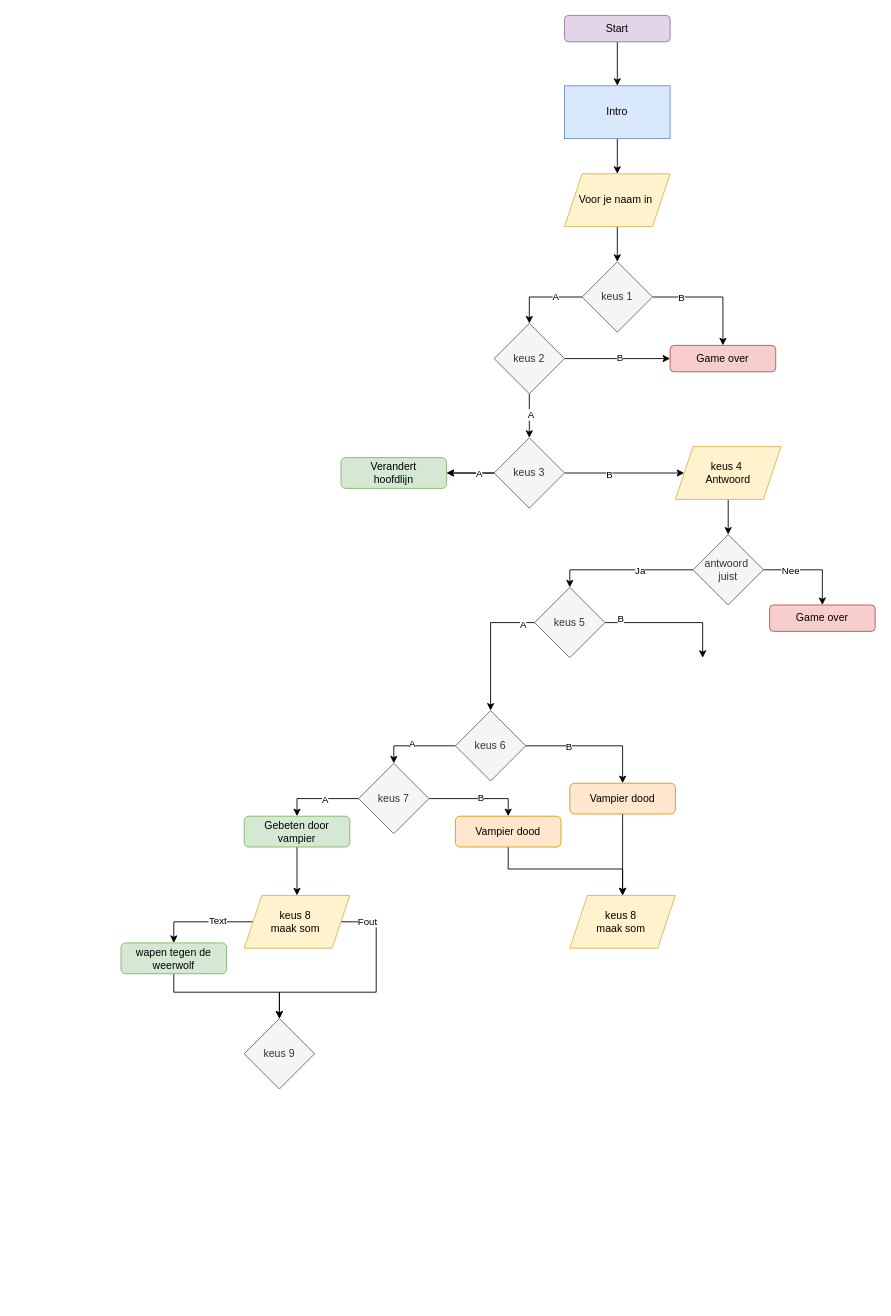
This is module_3/proef_3/week 9.drawio from RuoFeng207/leren_programmeren, a draw.io file, before an edit. Source tidied: cells renumbered, new cells numbered last; positions are measured from the earlier drawing's top-left corner, leaving out a move shared by most shapes. Both pictures are drawn from the tidied source at 88%, with x=0, y=0 at pixel (121, 15).
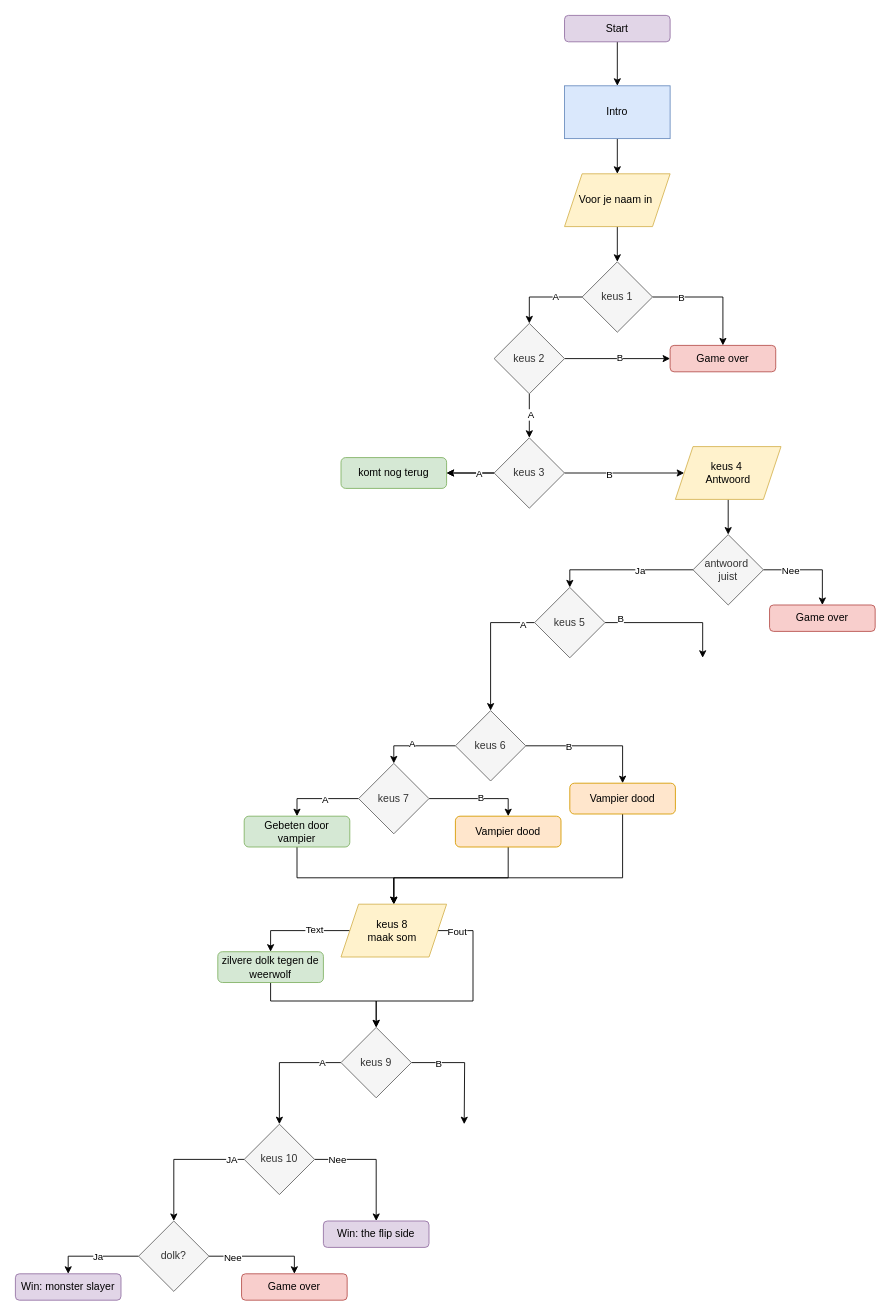
After the change.

Unchanged cells that the change refers to:
```xml
<mxCell id="50" value="Vampier dood" style="rounded=1;whiteSpace=wrap;html=1;fillColor=#ffe6cc;strokeColor=#d79b00;" parent="1" vertex="1">
  <mxGeometry x="380" y="910" width="120" height="35" as="geometry" />
</mxCell>
<mxCell id="52" value="Gebeten door vampier" style="rounded=1;whiteSpace=wrap;html=1;fillColor=#d5e8d4;strokeColor=#82b366;" parent="1" vertex="1">
  <mxGeometry x="140" y="910" width="120" height="35" as="geometry" />
</mxCell>
<mxCell id="54" value="Vampier dood" style="rounded=1;whiteSpace=wrap;html=1;fillColor=#ffe6cc;strokeColor=#d79b00;" parent="1" vertex="1">
  <mxGeometry x="510" y="872.5" width="120" height="35" as="geometry" />
</mxCell>
```

The edit, as a diff of the source:
```diff
@@
-    <mxCell id="25" value="Verandert&lt;div&gt;hoofdlijn&lt;/div&gt;" style="rounded=1;whiteSpace=wrap;html=1;fillColor=#d5e8d4;strokeColor=#82b366;" parent="1" vertex="1">
+    <mxCell id="25" value="komt nog terug" style="rounded=1;whiteSpace=wrap;html=1;fillColor=#d5e8d4;strokeColor=#82b366;" parent="1" vertex="1">
       <mxGeometry x="250" y="502.5" width="120" height="35" as="geometry" />
     </mxCell>
@@
-    <mxCell id="49" style="edgeStyle=orthogonalEdgeStyle;rounded=0;jettySize=auto;html=1;entryX=0.5;entryY=0;entryDx=0;entryDy=0;" parent="1" edge="1" source="50" target="60">
-      <mxGeometry relative="1" as="geometry">
-        <Array as="points">
-          <mxPoint x="440" y="970" />
-          <mxPoint x="570" y="970" />
-        </Array>
-      </mxGeometry>
-    </mxCell>
+    <mxCell id="64" style="edgeStyle=orthogonalEdgeStyle;rounded=0;jettySize=auto;html=1;entryX=0.5;entryY=0;entryDx=0;entryDy=0;exitX=0.5;exitY=1;exitDx=0;exitDy=0;" parent="1" edge="1" source="50" target="59">
+      <mxGeometry relative="1" as="geometry">
+        <Array as="points">
+          <mxPoint x="440" y="980" />
+          <mxPoint x="310" y="980" />
+        </Array>
+      </mxGeometry>
+    </mxCell>
@@
-    <mxCell id="51" style="edgeStyle=orthogonalEdgeStyle;rounded=0;jettySize=auto;html=1;" parent="1" edge="1" source="52" target="59">
-      <mxGeometry relative="1" as="geometry" />
-    </mxCell>
+    <mxCell id="65" style="edgeStyle=orthogonalEdgeStyle;rounded=0;jettySize=auto;html=1;exitX=0.5;exitY=1;exitDx=0;exitDy=0;" parent="1" edge="1" source="52">
+      <mxGeometry relative="1" as="geometry">
+        <mxPoint x="310" y="1010" as="targetPoint" />
+        <Array as="points">
+          <mxPoint x="200" y="980" />
+          <mxPoint x="310" y="980" />
+        </Array>
+      </mxGeometry>
+    </mxCell>
@@
-    <mxCell id="53" style="edgeStyle=orthogonalEdgeStyle;rounded=0;jettySize=auto;html=1;" parent="1" edge="1" source="54" target="60">
-      <mxGeometry relative="1" as="geometry" />
-    </mxCell>
+    <mxCell id="66" style="edgeStyle=orthogonalEdgeStyle;rounded=0;jettySize=auto;html=1;entryX=0.5;entryY=0;entryDx=0;entryDy=0;" parent="1" edge="1" source="54" target="59">
+      <mxGeometry relative="1" as="geometry">
+        <Array as="points">
+          <mxPoint x="570" y="980" />
+          <mxPoint x="310" y="980" />
+        </Array>
+      </mxGeometry>
+    </mxCell>
@@
     <mxCell id="55" style="edgeStyle=orthogonalEdgeStyle;rounded=0;jettySize=auto;html=1;entryX=0.5;entryY=0;entryDx=0;entryDy=0;" parent="1" edge="1" source="59" target="61">
       <mxGeometry relative="1" as="geometry">
         <Array as="points">
-          <mxPoint x="290" y="1030" />
-          <mxPoint x="290" y="1110" />
-          <mxPoint x="180" y="1110" />
+          <mxPoint x="400" y="1040" />
+          <mxPoint x="400" y="1120" />
+          <mxPoint x="290" y="1120" />
         </Array>
       </mxGeometry>
     </mxCell>
     <mxCell id="56" value="Fout" style="edgeLabel;html=1;align=center;verticalAlign=middle;" parent="55" vertex="1">
-      <mxGeometry x="-0.78" y="1" relative="1" as="geometry" />
+      <mxGeometry x="-0.78" y="1" relative="1" as="geometry">
+        <mxPoint x="-8" y="1" as="offset" />
+      </mxGeometry>
     </mxCell>
@@
     <mxCell id="59" value="keus 8&amp;nbsp;&lt;div&gt;maak som&amp;nbsp;&lt;/div&gt;" style="shape=parallelogram;perimeter=parallelogramPerimeter;whiteSpace=wrap;html=1;fixedSize=1;fillColor=#fff2cc;strokeColor=#d6b656;" parent="1" vertex="1">
-      <mxGeometry x="140" y="1000" width="120" height="60" as="geometry" />
+      <mxGeometry x="250" y="1010" width="120" height="60" as="geometry" />
     </mxCell>
-    <mxCell id="60" value="keus 8&amp;nbsp;&lt;div&gt;maak som&amp;nbsp;&lt;/div&gt;" style="shape=parallelogram;perimeter=parallelogramPerimeter;whiteSpace=wrap;html=1;fixedSize=1;fillColor=#fff2cc;strokeColor=#d6b656;" parent="1" vertex="1">
-      <mxGeometry x="510" y="1000" width="120" height="60" as="geometry" />
-    </mxCell>
+    <mxCell id="67" style="edgeStyle=orthogonalEdgeStyle;rounded=0;jettySize=auto;html=1;" parent="1" edge="1" source="61">
+      <mxGeometry relative="1" as="geometry">
+        <mxPoint x="390" y="1260" as="targetPoint" />
+      </mxGeometry>
+    </mxCell>
+    <mxCell id="68" value="B" style="edgeLabel;html=1;align=center;verticalAlign=middle;" parent="67" vertex="1">
+      <mxGeometry x="-0.54" y="-1" relative="1" as="geometry" />
+    </mxCell>
+    <mxCell id="69" style="edgeStyle=orthogonalEdgeStyle;rounded=0;jettySize=auto;html=1;entryX=0.5;entryY=0;entryDx=0;entryDy=0;" parent="1" edge="1" source="61" target="75">
+      <mxGeometry relative="1" as="geometry" />
+    </mxCell>
+    <mxCell id="70" value="A" style="edgeLabel;html=1;align=center;verticalAlign=middle;" parent="69" vertex="1">
+      <mxGeometry x="-0.69" y="-1" relative="1" as="geometry" />
+    </mxCell>
     <mxCell id="61" value="keus 9" style="rhombus;whiteSpace=wrap;html=1;fillColor=#f5f5f5;fontColor=#333333;strokeColor=#666666;" parent="1" vertex="1">
-      <mxGeometry x="140" y="1140" width="80" height="80" as="geometry" />
+      <mxGeometry x="250" y="1150" width="80" height="80" as="geometry" />
     </mxCell>
     <mxCell id="62" style="edgeStyle=orthogonalEdgeStyle;rounded=0;jettySize=auto;html=1;entryX=0.5;entryY=0;entryDx=0;entryDy=0;" parent="1" edge="1" source="63" target="61">
       <mxGeometry relative="1" as="geometry">
         <Array as="points">
-          <mxPoint x="60" y="1110" />
-          <mxPoint x="180" y="1110" />
+          <mxPoint x="170" y="1120" />
+          <mxPoint x="290" y="1120" />
         </Array>
       </mxGeometry>
     </mxCell>
-    <mxCell id="63" value="wapen tegen de weerwolf" style="rounded=1;whiteSpace=wrap;html=1;fillColor=#d5e8d4;strokeColor=#82b366;" parent="1" vertex="1">
-      <mxGeometry y="1054" width="120" height="35" as="geometry" />
+    <mxCell id="63" value="zilvere dolk tegen de weerwolf" style="rounded=1;whiteSpace=wrap;html=1;fillColor=#d5e8d4;strokeColor=#82b366;" parent="1" vertex="1">
+      <mxGeometry x="110" y="1064" width="120" height="35" as="geometry" />
     </mxCell>
+    <mxCell id="71" style="edgeStyle=orthogonalEdgeStyle;rounded=0;jettySize=auto;html=1;entryX=0.5;entryY=0;entryDx=0;entryDy=0;" parent="1" edge="1" source="75" target="76">
+      <mxGeometry relative="1" as="geometry" />
+    </mxCell>
+    <mxCell id="72" value="Nee" style="edgeLabel;html=1;align=center;verticalAlign=middle;" parent="71" vertex="1">
+      <mxGeometry x="-0.64" relative="1" as="geometry" />
+    </mxCell>
+    <mxCell id="73" style="edgeStyle=orthogonalEdgeStyle;rounded=0;jettySize=auto;html=1;entryX=0.5;entryY=0;entryDx=0;entryDy=0;" parent="1" edge="1" source="75" target="81">
+      <mxGeometry relative="1" as="geometry" />
+    </mxCell>
+    <mxCell id="74" value="JA" style="edgeLabel;html=1;align=center;verticalAlign=middle;" parent="73" vertex="1">
+      <mxGeometry x="-0.8" relative="1" as="geometry" />
+    </mxCell>
+    <mxCell id="75" value="keus 10" style="rhombus;whiteSpace=wrap;html=1;fillColor=#f5f5f5;fontColor=#333333;strokeColor=#666666;" parent="1" vertex="1">
+      <mxGeometry x="140" y="1260" width="80" height="80" as="geometry" />
+    </mxCell>
+    <mxCell id="76" value="Win: the flip side" style="rounded=1;whiteSpace=wrap;html=1;fillColor=#e1d5e7;strokeColor=#9673a6;" parent="1" vertex="1">
+      <mxGeometry x="230" y="1370" width="120" height="30" as="geometry" />
+    </mxCell>
+    <mxCell id="77" style="edgeStyle=orthogonalEdgeStyle;rounded=0;jettySize=auto;html=1;entryX=0.5;entryY=0;entryDx=0;entryDy=0;" parent="1" edge="1" source="81" target="82">
+      <mxGeometry relative="1" as="geometry" />
+    </mxCell>
+    <mxCell id="78" value="Nee" style="edgeLabel;html=1;align=center;verticalAlign=middle;" parent="77" vertex="1">
+      <mxGeometry x="-0.56" y="-1" relative="1" as="geometry" />
+    </mxCell>
+    <mxCell id="79" style="edgeStyle=orthogonalEdgeStyle;rounded=0;jettySize=auto;html=1;entryX=0.5;entryY=0;entryDx=0;entryDy=0;" parent="1" edge="1" source="81" target="83">
+      <mxGeometry relative="1" as="geometry" />
+    </mxCell>
+    <mxCell id="80" value="Ja" style="edgeLabel;html=1;align=center;verticalAlign=middle;" parent="79" vertex="1">
+      <mxGeometry x="-0.04" relative="1" as="geometry">
+        <mxPoint x="1" as="offset" />
+      </mxGeometry>
+    </mxCell>
+    <mxCell id="81" value="dolk?" style="rhombus;whiteSpace=wrap;html=1;fillColor=#f5f5f5;fontColor=#333333;strokeColor=#666666;" parent="1" vertex="1">
+      <mxGeometry x="20" y="1370" width="80" height="80" as="geometry" />
+    </mxCell>
+    <mxCell id="82" value="Game over" style="rounded=1;whiteSpace=wrap;html=1;fillColor=#f8cecc;strokeColor=#b85450;" parent="1" vertex="1">
+      <mxGeometry x="137" y="1430" width="120" height="30" as="geometry" />
+    </mxCell>
+    <mxCell id="83" value="Win: monster slayer" style="rounded=1;whiteSpace=wrap;html=1;fillColor=#e1d5e7;strokeColor=#9673a6;" parent="1" vertex="1">
+      <mxGeometry x="-120" y="1430" width="120" height="30" as="geometry" />
+    </mxCell>
```
